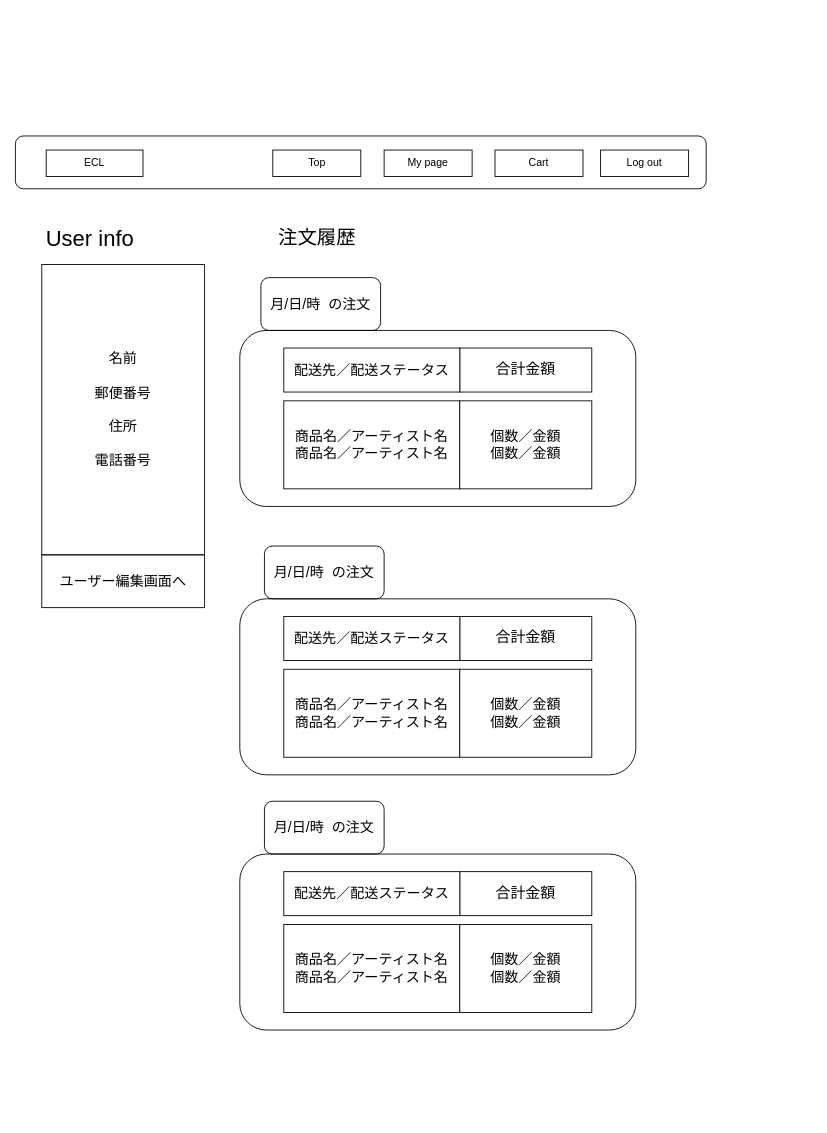
Earlier version of the draw.io diagram ワイヤーフレーム/user/user_mypage.drawio (ecl11/ECL). Source tidied: cells renumbered, new cells numbered last; positions are measured from the earlier drawing's top-left corner, leaving out a move shared by most shapes. Both pictures are drawn from the tidied source at 88%, with x=0, y=0 at pixel (15, 136).
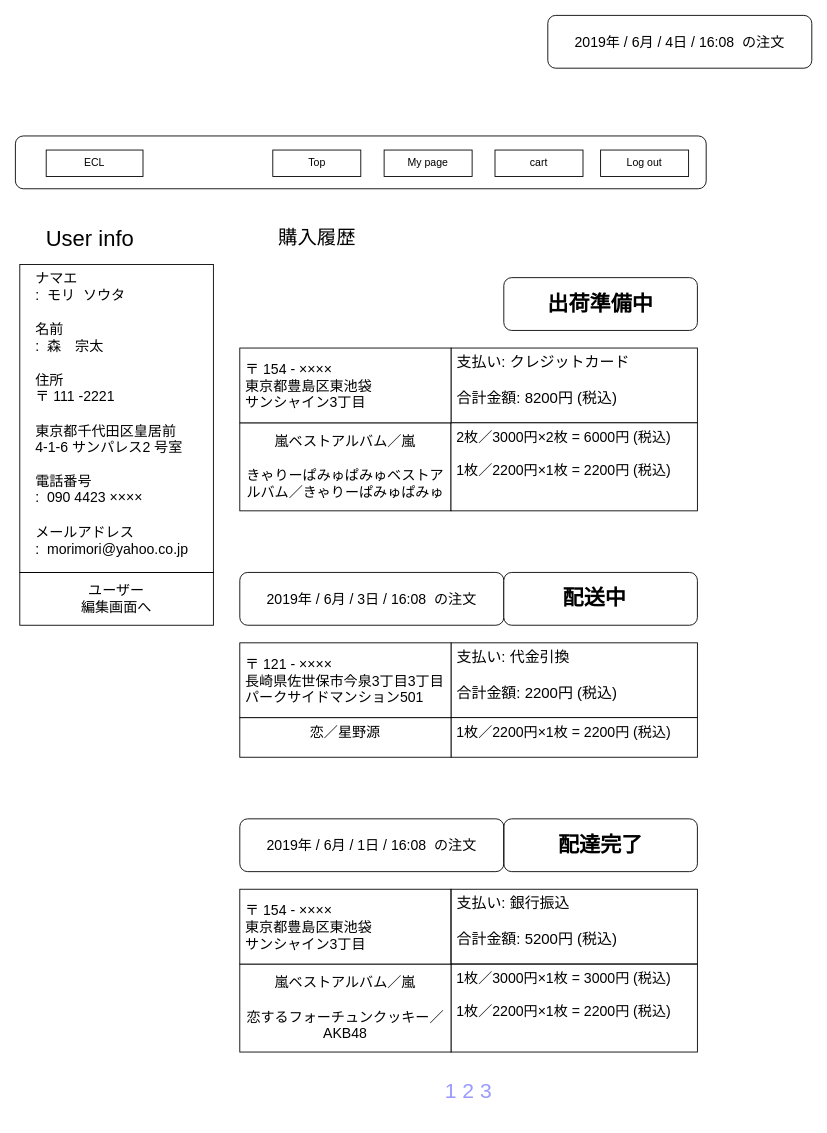
Above is the later version.

Change to the diagram source:
```diff
@@
-    <mxCell id="5" value="Cart" style="rounded=0;whiteSpace=wrap;html=1;" parent="1" vertex="1">
+    <mxCell id="5" value="cart" style="rounded=0;whiteSpace=wrap;html=1;" parent="1" vertex="1">
       <mxGeometry x="545" y="16" width="100" height="30" as="geometry" />
     </mxCell>
@@
-    <mxCell id="9" value="&lt;span style=&quot;font-size: 16px&quot;&gt;名前&lt;br&gt;&lt;br&gt;郵便番号&lt;br&gt;&lt;br&gt;住所&lt;br&gt;&lt;br&gt;電話番号　&lt;br&gt;&lt;/span&gt;" style="rounded=0;whiteSpace=wrap;html=1;strokeColor=#000000;direction=south;fillColor=#ffffff;" parent="1" vertex="1">
-      <mxGeometry x="30" y="146" width="185" height="330" as="geometry" />
+    <mxCell id="9" value="&lt;div style=&quot;text-align: left&quot;&gt;&lt;span style=&quot;font-size: 16px&quot;&gt;　ナマエ&lt;/span&gt;&lt;/div&gt;&lt;div style=&quot;text-align: left&quot;&gt;&lt;span style=&quot;font-size: 16px&quot;&gt;　:&amp;nbsp; モリ&amp;nbsp; ソウタ&lt;/span&gt;&lt;/div&gt;&lt;div style=&quot;text-align: left&quot;&gt;&lt;span style=&quot;font-size: 16px&quot;&gt;&lt;br&gt;&lt;/span&gt;&lt;/div&gt;&lt;div style=&quot;text-align: left&quot;&gt;&lt;span style=&quot;font-size: 16px&quot;&gt;　名前&lt;/span&gt;&lt;/div&gt;&lt;div style=&quot;text-align: left&quot;&gt;&lt;span style=&quot;font-size: 16px&quot;&gt;　:&amp;nbsp; 森　宗太&lt;/span&gt;&lt;/div&gt;&lt;div style=&quot;text-align: left&quot;&gt;&lt;span style=&quot;font-size: 16px&quot;&gt;&lt;br&gt;&lt;/span&gt;&lt;/div&gt;&lt;div style=&quot;text-align: left&quot;&gt;&lt;span style=&quot;font-size: 16px&quot;&gt;　住所&lt;/span&gt;&lt;/div&gt;&lt;div style=&quot;text-align: left&quot;&gt;&lt;span style=&quot;font-size: 16px&quot;&gt;　〒 111 -2221&lt;/span&gt;&lt;/div&gt;&lt;div style=&quot;text-align: left&quot;&gt;&lt;span style=&quot;font-size: 16px&quot;&gt;　&lt;/span&gt;&lt;/div&gt;&lt;div style=&quot;text-align: left&quot;&gt;&lt;span style=&quot;font-size: 16px&quot;&gt;　東京都千代田区皇居前&lt;/span&gt;&lt;/div&gt;&lt;div style=&quot;text-align: left&quot;&gt;&lt;span style=&quot;font-size: 16px&quot;&gt;　4-1-6 サンパレス2 号室&lt;/span&gt;&lt;/div&gt;&lt;div style=&quot;text-align: left&quot;&gt;&lt;span style=&quot;font-size: 16px&quot;&gt;&lt;br&gt;&lt;/span&gt;&lt;/div&gt;&lt;div style=&quot;text-align: left&quot;&gt;&lt;span style=&quot;font-size: 16px&quot;&gt;　電話番号&lt;/span&gt;&lt;/div&gt;&lt;div style=&quot;text-align: left&quot;&gt;&lt;span style=&quot;font-size: 16px&quot;&gt;　:&amp;nbsp; 090 4423 ××××&lt;/span&gt;&lt;/div&gt;&lt;div style=&quot;text-align: left&quot;&gt;&lt;span style=&quot;font-size: 16px&quot;&gt;&lt;br&gt;&lt;/span&gt;&lt;/div&gt;&lt;div style=&quot;text-align: left&quot;&gt;&lt;span style=&quot;font-size: 16px&quot;&gt;　メールアドレス&lt;/span&gt;&lt;/div&gt;&lt;div style=&quot;text-align: left&quot;&gt;&lt;span style=&quot;font-size: 16px&quot;&gt;　:&amp;nbsp; morimori@yahoo.co.jp&lt;/span&gt;&lt;/div&gt;&lt;div style=&quot;text-align: left&quot;&gt;&lt;span style=&quot;font-size: 16px&quot;&gt;&lt;br&gt;&lt;/span&gt;&lt;/div&gt;&lt;div style=&quot;text-align: left&quot;&gt;&lt;span style=&quot;font-size: 16px&quot;&gt;　&lt;/span&gt;&lt;/div&gt;" style="rounded=0;whiteSpace=wrap;html=1;strokeColor=#000000;direction=south;fillColor=#ffffff;align=left;verticalAlign=top;" parent="1" vertex="1">
+      <mxGeometry x="5" y="146" width="220" height="350" as="geometry" />
     </mxCell>
-    <mxCell id="10" value="&lt;font style=&quot;font-size: 22px&quot;&gt;注文履歴&lt;/font&gt;" style="rounded=0;whiteSpace=wrap;html=1;strokeColor=none;fillColor=#ffffff;" parent="1" vertex="1">
+    <mxCell id="10" value="&lt;span style=&quot;font-size: 22px&quot;&gt;購入履歴&lt;/span&gt;" style="rounded=0;whiteSpace=wrap;html=1;strokeColor=none;fillColor=#ffffff;" parent="1" vertex="1">
       <mxGeometry x="282.5" y="86" width="120" height="60" as="geometry" />
     </mxCell>
-    <mxCell id="11" style="rounded=1;whiteSpace=wrap;html=1;strokeColor=#000000;fillColor=none;" parent="1" vertex="1">
-      <mxGeometry x="255" y="221" width="450" height="200" as="geometry" />
-    </mxCell>
-    <mxCell id="12" value="商品名／アーティスト名&lt;br&gt;&lt;span&gt;商品名／アーティスト名&lt;/span&gt;" style="rounded=0;whiteSpace=wrap;html=1;strokeColor=#000000;fillColor=#ffffff;fontSize=16;" parent="1" vertex="1">
-      <mxGeometry x="305" y="301" width="200" height="100" as="geometry" />
+    <mxCell id="12" value="嵐ベストアルバム／嵐&lt;br&gt;&lt;span&gt;&lt;br&gt;きゃりーぱみゅぱみゅベストアルバム／きゃりーぱみゅぱみゅ&lt;/span&gt;" style="rounded=0;whiteSpace=wrap;html=1;strokeColor=#000000;fillColor=#ffffff;fontSize=16;" parent="1" vertex="1">
+      <mxGeometry x="255" y="326" width="240" height="100" as="geometry" />
     </mxCell>
-    <mxCell id="13" value="合計金額" style="rounded=0;whiteSpace=wrap;html=1;strokeColor=#000000;fillColor=none;fontSize=17;" parent="1" vertex="1">
-      <mxGeometry x="505" y="241" width="150" height="50" as="geometry" />
+    <mxCell id="13" value="&amp;nbsp;支払い:&amp;nbsp;クレジットカード&lt;br&gt;&lt;br&gt;&amp;nbsp;合計金額: 8200円 (税込)&lt;br&gt;" style="rounded=0;whiteSpace=wrap;html=1;strokeColor=#000000;fillColor=none;fontSize=17;verticalAlign=top;align=left;" parent="1" vertex="1">
+      <mxGeometry x="495" y="241" width="280" height="85" as="geometry" />
     </mxCell>
-    <mxCell id="14" value="個数／金額&lt;br&gt;個数／金額&lt;br&gt;" style="rounded=0;whiteSpace=wrap;html=1;strokeColor=#000000;fillColor=#ffffff;fontSize=16;" parent="1" vertex="1">
-      <mxGeometry x="505" y="301" width="150" height="100" as="geometry" />
+    <mxCell id="14" value="&amp;nbsp;2枚／3000円×2枚 = 6000円 (税込)&lt;br&gt;&lt;br&gt;&amp;nbsp;1枚／2200円×1枚 = 2200円 (税込)&lt;br&gt;" style="rounded=0;whiteSpace=wrap;html=1;strokeColor=#000000;fillColor=#ffffff;fontSize=16;verticalAlign=top;align=left;" parent="1" vertex="1">
+      <mxGeometry x="495" y="326" width="280" height="100" as="geometry" />
     </mxCell>
-    <mxCell id="15" value="配送先／配送ステータス" style="rounded=0;whiteSpace=wrap;html=1;strokeColor=#000000;fillColor=#ffffff;fontSize=16;" parent="1" vertex="1">
-      <mxGeometry x="305" y="241" width="200" height="50" as="geometry" />
+    <mxCell id="15" value="&lt;div style=&quot;text-align: left&quot;&gt;&lt;span&gt;&amp;nbsp;〒 154 - ××××&lt;/span&gt;&lt;/div&gt;&amp;nbsp;東京都豊島区東池袋&lt;br&gt;&amp;nbsp;サンシャイン3丁目&lt;br&gt;" style="rounded=0;whiteSpace=wrap;html=1;strokeColor=#000000;fillColor=#ffffff;fontSize=16;align=left;" parent="1" vertex="1">
+      <mxGeometry x="255" y="241" width="240" height="85" as="geometry" />
     </mxCell>
-    <mxCell id="16" style="rounded=1;whiteSpace=wrap;html=1;strokeColor=#000000;fillColor=none;" parent="1" vertex="1">
-      <mxGeometry x="255" y="526" width="450" height="200" as="geometry" />
-    </mxCell>
-    <mxCell id="17" value="合計金額" style="rounded=0;whiteSpace=wrap;html=1;strokeColor=#000000;fillColor=none;fontSize=17;" parent="1" vertex="1">
-      <mxGeometry x="505" y="546" width="150" height="50" as="geometry" />
-    </mxCell>
-    <mxCell id="18" value="&lt;span&gt;配送先／配送ステータス&lt;/span&gt;" style="rounded=0;whiteSpace=wrap;html=1;strokeColor=#000000;fillColor=#ffffff;fontSize=16;" parent="1" vertex="1">
-      <mxGeometry x="305" y="546" width="200" height="50" as="geometry" />
-    </mxCell>
-    <mxCell id="19" value="商品名／アーティスト名&lt;span&gt;&lt;br&gt;商品名／アーティスト名&lt;/span&gt;" style="rounded=0;whiteSpace=wrap;html=1;strokeColor=#000000;fillColor=#ffffff;fontSize=16;" parent="1" vertex="1">
-      <mxGeometry x="305" y="606" width="200" height="100" as="geometry" />
-    </mxCell>
-    <mxCell id="20" value="個数／金額&lt;br&gt;個数／金額&lt;br&gt;" style="rounded=0;whiteSpace=wrap;html=1;strokeColor=#000000;fillColor=#ffffff;fontSize=16;" parent="1" vertex="1">
-      <mxGeometry x="505" y="606" width="150" height="100" as="geometry" />
-    </mxCell>
-    <mxCell id="21" style="rounded=1;whiteSpace=wrap;html=1;strokeColor=#000000;fillColor=none;" parent="1" vertex="1">
-      <mxGeometry x="255" y="816" width="450" height="200" as="geometry" />
-    </mxCell>
-    <mxCell id="22" value="合計金額" style="rounded=0;whiteSpace=wrap;html=1;strokeColor=#000000;fillColor=none;fontSize=17;" parent="1" vertex="1">
-      <mxGeometry x="505" y="836" width="150" height="50" as="geometry" />
-    </mxCell>
-    <mxCell id="23" value="&lt;span&gt;配送先／配送ステータス&lt;/span&gt;" style="rounded=0;whiteSpace=wrap;html=1;strokeColor=#000000;fillColor=#ffffff;fontSize=16;" parent="1" vertex="1">
-      <mxGeometry x="305" y="836" width="200" height="50" as="geometry" />
-    </mxCell>
-    <mxCell id="24" value="商品名／アーティスト名&lt;br&gt;商品名／アーティスト名&lt;br&gt;" style="rounded=0;whiteSpace=wrap;html=1;strokeColor=#000000;fillColor=#ffffff;fontSize=16;" parent="1" vertex="1">
-      <mxGeometry x="305" y="896" width="200" height="100" as="geometry" />
-    </mxCell>
-    <mxCell id="25" value="個数／金額&lt;br style=&quot;font-size: 16px&quot;&gt;個数／金額&lt;br style=&quot;font-size: 16px&quot;&gt;" style="rounded=0;whiteSpace=wrap;html=1;strokeColor=#000000;fillColor=#ffffff;fontSize=16;" parent="1" vertex="1">
-      <mxGeometry x="505" y="896" width="150" height="100" as="geometry" />
-    </mxCell>
-    <mxCell id="26" value="月/日/時&amp;nbsp; の注文" style="rounded=1;whiteSpace=wrap;html=1;strokeColor=#000000;fillColor=none;fontSize=16;" parent="1" vertex="1">
-      <mxGeometry x="279" y="161" width="136" height="60" as="geometry" />
+    <mxCell id="26" value="2019年 / 6月 / 4日 / 16:08&amp;nbsp; の注文" style="rounded=1;whiteSpace=wrap;html=1;strokeColor=#000000;fillColor=none;fontSize=16;" parent="1" vertex="1">
+      <mxGeometry x="605" y="-137" width="300" height="60" as="geometry" />
     </mxCell>
-    <mxCell id="27" value="月/日/時&amp;nbsp; の注文" style="rounded=1;whiteSpace=wrap;html=1;strokeColor=#000000;fillColor=none;fontSize=16;" parent="1" vertex="1">
-      <mxGeometry x="283" y="466" width="136" height="60" as="geometry" />
-    </mxCell>
-    <mxCell id="28" value="月/日/時&amp;nbsp; の注文" style="rounded=1;whiteSpace=wrap;html=1;strokeColor=#000000;fillColor=none;fontSize=16;" parent="1" vertex="1">
-      <mxGeometry x="283" y="756" width="136" height="60" as="geometry" />
-    </mxCell>
-    <mxCell id="29" value="ユーザー編集画面へ" style="rounded=0;whiteSpace=wrap;html=1;strokeColor=#000000;fillColor=none;fontSize=16;" parent="1" vertex="1">
-      <mxGeometry x="30" y="476" width="185" height="60" as="geometry" />
+    <mxCell id="29" value="ユーザー&lt;br&gt;編集画面へ" style="rounded=0;whiteSpace=wrap;html=1;strokeColor=#000000;fillColor=none;fontSize=16;" parent="1" vertex="1">
+      <mxGeometry x="5" y="496" width="220" height="60" as="geometry" />
     </mxCell>
+    <mxCell id="30" value="&lt;font style=&quot;font-size: 24px&quot;&gt;&lt;b&gt;&amp;nbsp;出荷準備中&amp;nbsp;&lt;/b&gt;&lt;/font&gt;" style="rounded=1;whiteSpace=wrap;html=1;align=center;" parent="1" vertex="1">
+      <mxGeometry x="555" y="161" width="220" height="60" as="geometry" />
+    </mxCell>
+    <mxCell id="31" value="2019年 / 6月 / 3日 / 16:08&amp;nbsp; の注文" style="rounded=1;whiteSpace=wrap;html=1;strokeColor=#000000;fillColor=none;fontSize=16;" parent="1" vertex="1">
+      <mxGeometry x="255" y="496" width="300" height="60" as="geometry" />
+    </mxCell>
+    <mxCell id="32" value="&lt;font style=&quot;font-size: 24px&quot;&gt;&lt;b&gt;配送中&amp;nbsp;&amp;nbsp;&lt;/b&gt;&lt;/font&gt;" style="rounded=1;whiteSpace=wrap;html=1;align=center;" parent="1" vertex="1">
+      <mxGeometry x="555" y="496" width="220" height="60" as="geometry" />
+    </mxCell>
+    <mxCell id="33" value="&amp;nbsp;支払い: 代金引換&lt;br&gt;&lt;br&gt;&amp;nbsp;合計金額: 2200円 (税込)&lt;br&gt;" style="rounded=0;whiteSpace=wrap;html=1;strokeColor=#000000;fillColor=none;fontSize=17;verticalAlign=top;align=left;" parent="1" vertex="1">
+      <mxGeometry x="495" y="576" width="280" height="85" as="geometry" />
+    </mxCell>
+    <mxCell id="34" value="&amp;nbsp;1枚／2200円×1枚 = 2200円 (税込)&lt;br&gt;" style="rounded=0;whiteSpace=wrap;html=1;strokeColor=#000000;fillColor=#ffffff;fontSize=16;verticalAlign=top;align=left;" parent="1" vertex="1">
+      <mxGeometry x="495" y="661" width="280" height="45" as="geometry" />
+    </mxCell>
+    <mxCell id="35" value="恋／星野源&lt;br&gt;&lt;span&gt;&lt;br&gt;&lt;br&gt;&lt;/span&gt;" style="rounded=0;whiteSpace=wrap;html=1;strokeColor=#000000;fillColor=#ffffff;fontSize=16;verticalAlign=top;" parent="1" vertex="1">
+      <mxGeometry x="255" y="661" width="240" height="45" as="geometry" />
+    </mxCell>
+    <mxCell id="36" value="&lt;div style=&quot;text-align: left&quot;&gt;&lt;span&gt;&amp;nbsp;〒 121 - ××××&lt;/span&gt;&lt;/div&gt;&amp;nbsp;長崎県佐世保市今泉3丁目3丁目&lt;br&gt;&amp;nbsp;パークサイドマンション501&lt;br&gt;" style="rounded=0;whiteSpace=wrap;html=1;strokeColor=#000000;fillColor=#ffffff;fontSize=16;align=left;" parent="1" vertex="1">
+      <mxGeometry x="255" y="576" width="240" height="85" as="geometry" />
+    </mxCell>
+    <mxCell id="37" value="&amp;nbsp;1枚／3000円×1枚 = 3000円 (税込)&lt;br&gt;&lt;br&gt;&amp;nbsp;1枚／2200円×1枚 = 2200円 (税込)&lt;br&gt;" style="rounded=0;whiteSpace=wrap;html=1;strokeColor=#000000;fillColor=#ffffff;fontSize=16;verticalAlign=top;align=left;" parent="1" vertex="1">
+      <mxGeometry x="495" y="941" width="280" height="100" as="geometry" />
+    </mxCell>
+    <mxCell id="38" value="嵐ベストアルバム／嵐&lt;br&gt;&lt;span&gt;&lt;br&gt;恋するフォーチュンクッキー／AKB48&lt;br&gt;&lt;/span&gt;" style="rounded=0;whiteSpace=wrap;html=1;strokeColor=#000000;fillColor=#ffffff;fontSize=16;" parent="1" vertex="1">
+      <mxGeometry x="255" y="941" width="240" height="100" as="geometry" />
+    </mxCell>
+    <mxCell id="39" value="&lt;div style=&quot;text-align: left&quot;&gt;&lt;span&gt;&amp;nbsp;〒 154 - ××××&lt;/span&gt;&lt;/div&gt;&amp;nbsp;東京都豊島区東池袋&lt;br&gt;&amp;nbsp;サンシャイン3丁目&lt;br&gt;" style="rounded=0;whiteSpace=wrap;html=1;strokeColor=#000000;fillColor=#ffffff;fontSize=16;align=left;" parent="1" vertex="1">
+      <mxGeometry x="255" y="856" width="240" height="85" as="geometry" />
+    </mxCell>
+    <mxCell id="40" value="&amp;nbsp;支払い: 銀行振込&lt;br&gt;&lt;br&gt;&amp;nbsp;合計金額: 5200円 (税込)&lt;br&gt;" style="rounded=0;whiteSpace=wrap;html=1;strokeColor=#000000;fillColor=none;fontSize=17;verticalAlign=top;align=left;" parent="1" vertex="1">
+      <mxGeometry x="495" y="856" width="280" height="85" as="geometry" />
+    </mxCell>
+    <mxCell id="41" value="&lt;font style=&quot;font-size: 24px&quot;&gt;&lt;b&gt;&amp;nbsp;配達完了&amp;nbsp;&lt;/b&gt;&lt;/font&gt;" style="rounded=1;whiteSpace=wrap;html=1;align=center;" parent="1" vertex="1">
+      <mxGeometry x="555" y="776" width="220" height="60" as="geometry" />
+    </mxCell>
+    <mxCell id="42" value="2019年 / 6月 / 1日 / 16:08&amp;nbsp; の注文" style="rounded=1;whiteSpace=wrap;html=1;strokeColor=#000000;fillColor=none;fontSize=16;" parent="1" vertex="1">
+      <mxGeometry x="255" y="776" width="300" height="60" as="geometry" />
+    </mxCell>
+    <mxCell id="43" value="1 2 3" style="rounded=0;whiteSpace=wrap;html=1;align=center;fontSize=24;fontColor=#9999FF;strokeColor=none;" parent="1" vertex="1">
+      <mxGeometry x="255" y="1056" width="520" height="60" as="geometry" />
+    </mxCell>
```
